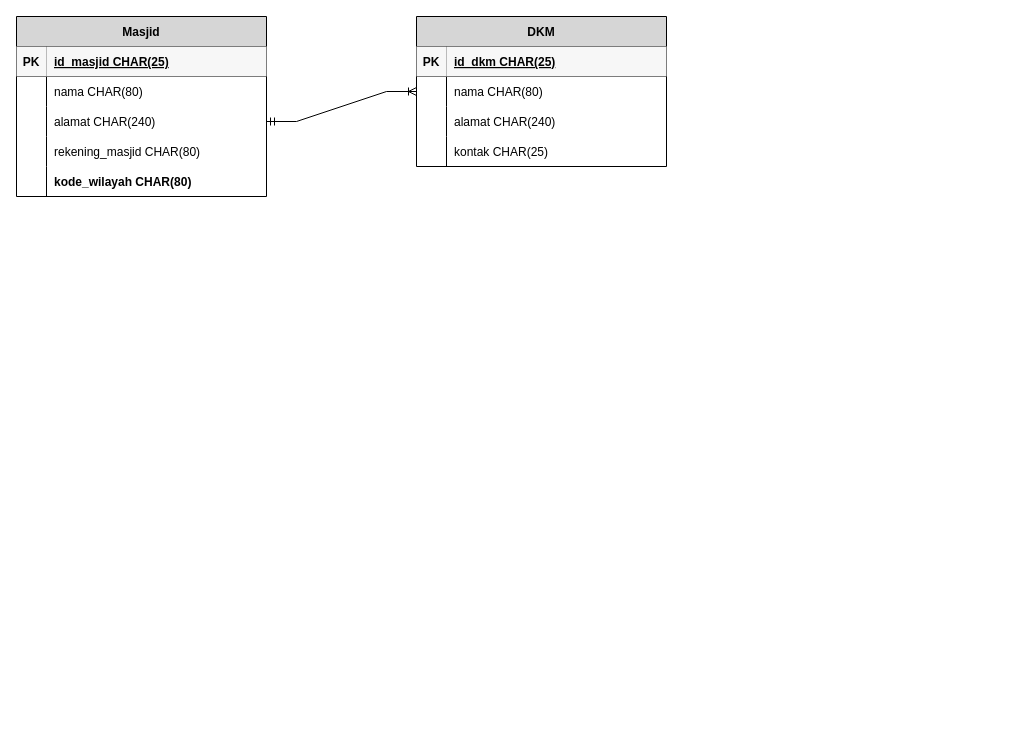
This is pertemuan3/ERD.drawio from rifkymaulana6/IF214002, a draw.io file, before an edit. Source tidied: cells renumbered, new cells numbered last; positions are measured from the earlier drawing's top-left corner, leaving out a move shared by most shapes. Both pictures are drawn from the tidied source at 100%, with x=0, y=0 at pixel (16, 16).
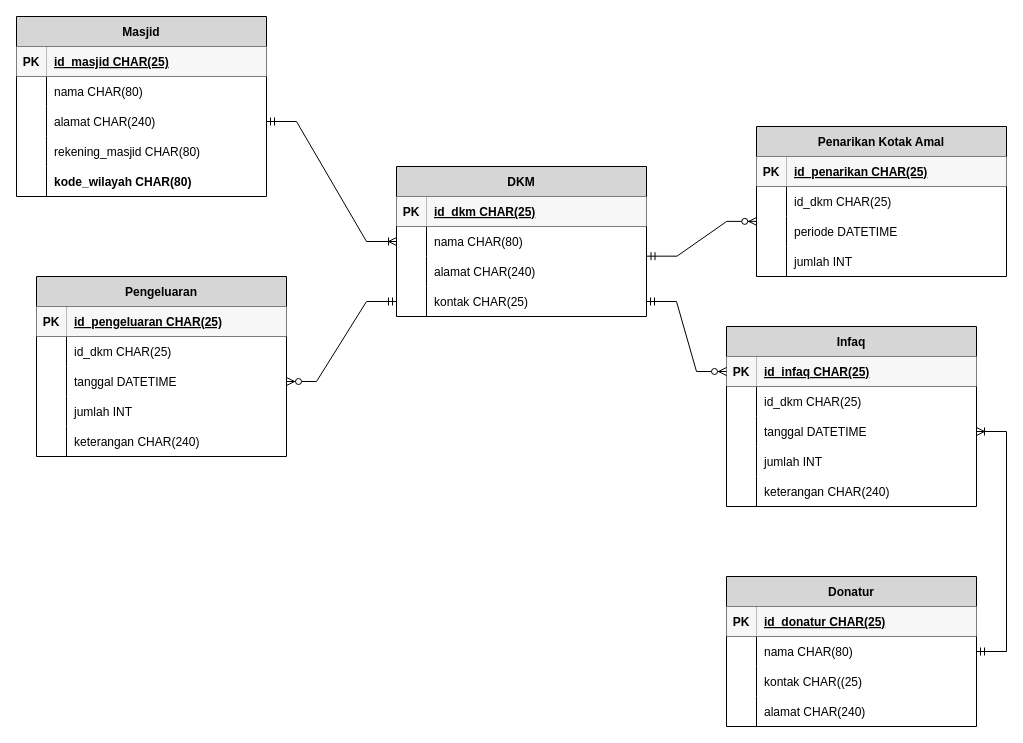
Above is the later version.

The change refers to these unchanged cells:
```xml
<mxCell id="25" style="shape=partialRectangle;fillColor=none;points=[[0,0.5],[1,0.5]];portConstraint=eastwest;top=0;left=0;right=0;bottom=0;" parent="18" vertex="1">
  <mxGeometry y="90" width="250" height="30" as="geometry" />
</mxCell>
<mxCell id="28" style="shape=partialRectangle;fillColor=none;points=[[0,0.5],[1,0.5]];portConstraint=eastwest;top=0;left=0;right=0;bottom=0;" parent="18" vertex="1">
  <mxGeometry y="120" width="250" height="30" as="geometry" />
</mxCell>
```

Change to the diagram source:
```diff
@@
     <mxCell id="18" value="DKM" style="shape=table;startSize=30;childLayout=tableLayout;rowLines=0;fontStyle=1;align=center;fillColor=#D6D6D6;" parent="1" vertex="1">
-      <mxGeometry x="400" width="250" height="150" as="geometry" />
+      <mxGeometry x="380" y="150" width="250" height="150" as="geometry" />
     </mxCell>
@@
+    <mxCell id="32" value="Penarikan Kotak Amal" style="shape=table;startSize=30;childLayout=tableLayout;rowLines=0;fontStyle=1;align=center;fillColor=#D6D6D6;" parent="1" vertex="1">
+      <mxGeometry x="740" y="110" width="250" height="150" as="geometry" />
+    </mxCell>
+    <mxCell id="33" style="shape=partialRectangle;fillColor=none;top=0;left=0;right=0;bottom=1;" parent="32" vertex="1">
+      <mxGeometry y="30" width="250" height="30" as="geometry" />
+    </mxCell>
+    <mxCell id="34" value="PK" style="shape=partialRectangle;overflow=hidden;fillColor=#F7F7F7;top=0;left=0;bottom=0;right=0;fontStyle=1;strokeColor=#EDEDED;" parent="33" vertex="1">
+      <mxGeometry width="30" height="30" as="geometry" />
+    </mxCell>
+    <mxCell id="35" value="id_penarikan CHAR(25)" style="shape=partialRectangle;overflow=hidden;fillColor=#F7F7F7;top=0;left=0;bottom=0;right=0;align=left;spacingLeft=6;fontStyle=5;strokeColor=#EDEDED;" parent="33" vertex="1">
+      <mxGeometry x="30" width="220" height="30" as="geometry" />
+    </mxCell>
+    <mxCell id="36" style="shape=partialRectangle;fillColor=none;points=[[0,0.5],[1,0.5]];portConstraint=eastwest;top=0;left=0;right=0;bottom=0;" parent="32" vertex="1">
+      <mxGeometry y="60" width="250" height="30" as="geometry" />
+    </mxCell>
+    <mxCell id="37" style="shape=partialRectangle;overflow=hidden;fillColor=none;top=0;left=0;bottom=0;right=0;" parent="36" vertex="1">
+      <mxGeometry width="30" height="30" as="geometry" />
+    </mxCell>
+    <mxCell id="38" value="id_dkm CHAR(25)" style="shape=partialRectangle;overflow=hidden;fillColor=none;top=0;left=0;bottom=0;right=0;align=left;spacingLeft=6;" parent="36" vertex="1">
+      <mxGeometry x="30" width="220" height="30" as="geometry" />
+    </mxCell>
+    <mxCell id="39" style="shape=partialRectangle;fillColor=none;top=0;left=0;right=0;bottom=0;" parent="32" vertex="1">
+      <mxGeometry y="90" width="250" height="30" as="geometry" />
+    </mxCell>
+    <mxCell id="40" style="shape=partialRectangle;overflow=hidden;fillColor=none;top=0;left=0;bottom=0;right=0;" parent="39" vertex="1">
+      <mxGeometry width="30" height="30" as="geometry" />
+    </mxCell>
+    <mxCell id="41" value="periode DATETIME" style="shape=partialRectangle;overflow=hidden;fillColor=none;top=0;left=0;bottom=0;right=0;align=left;spacingLeft=6;" parent="39" vertex="1">
+      <mxGeometry x="30" width="220" height="30" as="geometry" />
+    </mxCell>
+    <mxCell id="42" style="shape=partialRectangle;fillColor=none;top=0;left=0;right=0;bottom=0;" parent="32" vertex="1">
+      <mxGeometry y="120" width="250" height="30" as="geometry" />
+    </mxCell>
+    <mxCell id="43" style="shape=partialRectangle;overflow=hidden;fillColor=none;top=0;left=0;bottom=0;right=0;" parent="42" vertex="1">
+      <mxGeometry width="30" height="30" as="geometry" />
+    </mxCell>
+    <mxCell id="44" value="jumlah INT" style="shape=partialRectangle;overflow=hidden;fillColor=none;top=0;left=0;bottom=0;right=0;align=left;spacingLeft=6;fontStyle=0;" parent="42" vertex="1">
+      <mxGeometry x="30" width="220" height="30" as="geometry" />
+    </mxCell>
+    <mxCell id="45" style="edgeStyle=entityRelationEdgeStyle;fontSize=12;html=1;endArrow=ERzeroToMany;startArrow=ERmandOne;rounded=0;entryX=0.001;entryY=1.163;entryDx=0;entryDy=0;entryPerimeter=0;exitX=1.002;exitY=-0.011;exitDx=0;exitDy=0;exitPerimeter=0;" parent="1" edge="1" source="25" target="36">
+      <mxGeometry relative="1" as="geometry" />
+    </mxCell>
+    <mxCell id="46" value="Infaq" style="shape=table;startSize=30;childLayout=tableLayout;rowLines=0;fontStyle=1;align=center;fillColor=#D6D6D6;" parent="1" vertex="1">
+      <mxGeometry x="710" y="310" width="250" height="180" as="geometry" />
+    </mxCell>
+    <mxCell id="47" style="shape=partialRectangle;fillColor=none;points=[[0,0.5],[1,0.5]];portConstraint=eastwest;top=0;left=0;right=0;bottom=1;" parent="46" vertex="1">
+      <mxGeometry y="30" width="250" height="30" as="geometry" />
+    </mxCell>
+    <mxCell id="48" value="PK" style="shape=partialRectangle;overflow=hidden;fillColor=#F7F7F7;top=0;left=0;bottom=0;right=0;fontStyle=1;strokeColor=#EDEDED;" parent="47" vertex="1">
+      <mxGeometry width="30" height="30" as="geometry" />
+    </mxCell>
+    <mxCell id="49" value="id_infaq CHAR(25)" style="shape=partialRectangle;overflow=hidden;fillColor=#F7F7F7;top=0;left=0;bottom=0;right=0;align=left;spacingLeft=6;fontStyle=5;strokeColor=#EDEDED;" parent="47" vertex="1">
+      <mxGeometry x="30" width="220" height="30" as="geometry" />
+    </mxCell>
+    <mxCell id="50" style="shape=partialRectangle;fillColor=none;top=0;left=0;right=0;bottom=0;" parent="46" vertex="1">
+      <mxGeometry y="60" width="250" height="30" as="geometry" />
+    </mxCell>
+    <mxCell id="51" style="shape=partialRectangle;overflow=hidden;fillColor=none;top=0;left=0;bottom=0;right=0;" parent="50" vertex="1">
+      <mxGeometry width="30" height="30" as="geometry" />
+    </mxCell>
+    <mxCell id="52" value="id_dkm CHAR(25)" style="shape=partialRectangle;overflow=hidden;fillColor=none;top=0;left=0;bottom=0;right=0;align=left;spacingLeft=6;" parent="50" vertex="1">
+      <mxGeometry x="30" width="220" height="30" as="geometry" />
+    </mxCell>
+    <mxCell id="53" style="shape=partialRectangle;fillColor=none;points=[[0,0.5],[1,0.5]];portConstraint=eastwest;top=0;left=0;right=0;bottom=0;" parent="46" vertex="1">
+      <mxGeometry y="90" width="250" height="30" as="geometry" />
+    </mxCell>
+    <mxCell id="54" style="shape=partialRectangle;overflow=hidden;fillColor=none;top=0;left=0;bottom=0;right=0;" parent="53" vertex="1">
+      <mxGeometry width="30" height="30" as="geometry" />
+    </mxCell>
+    <mxCell id="55" value="tanggal DATETIME" style="shape=partialRectangle;overflow=hidden;fillColor=none;top=0;left=0;bottom=0;right=0;align=left;spacingLeft=6;" parent="53" vertex="1">
+      <mxGeometry x="30" width="220" height="30" as="geometry" />
+    </mxCell>
+    <mxCell id="56" style="shape=partialRectangle;fillColor=none;top=0;left=0;right=0;bottom=0;" parent="46" vertex="1">
+      <mxGeometry y="120" width="250" height="30" as="geometry" />
+    </mxCell>
+    <mxCell id="57" style="shape=partialRectangle;overflow=hidden;fillColor=none;top=0;left=0;bottom=0;right=0;" parent="56" vertex="1">
+      <mxGeometry width="30" height="30" as="geometry" />
+    </mxCell>
+    <mxCell id="58" value="jumlah INT" style="shape=partialRectangle;overflow=hidden;fillColor=none;top=0;left=0;bottom=0;right=0;align=left;spacingLeft=6;fontStyle=0;" parent="56" vertex="1">
+      <mxGeometry x="30" width="220" height="30" as="geometry" />
+    </mxCell>
+    <mxCell id="59" style="shape=partialRectangle;fillColor=none;top=0;left=0;right=0;bottom=0;" parent="46" vertex="1">
+      <mxGeometry y="150" width="250" height="30" as="geometry" />
+    </mxCell>
+    <mxCell id="60" style="shape=partialRectangle;overflow=hidden;fillColor=none;top=0;left=0;bottom=0;right=0;" parent="59" vertex="1">
+      <mxGeometry width="30" height="30" as="geometry" />
+    </mxCell>
+    <mxCell id="61" value="keterangan CHAR(240)" style="shape=partialRectangle;overflow=hidden;fillColor=none;top=0;left=0;bottom=0;right=0;align=left;spacingLeft=6;fontStyle=0;" parent="59" vertex="1">
+      <mxGeometry x="30" width="220" height="30" as="geometry" />
+    </mxCell>
+    <mxCell id="62" style="edgeStyle=entityRelationEdgeStyle;fontSize=12;html=1;endArrow=ERzeroToMany;startArrow=ERmandOne;rounded=0;entryX=0;entryY=0.5;entryDx=0;entryDy=0;exitX=1;exitY=0.5;exitDx=0;exitDy=0;" parent="1" edge="1" source="28" target="47">
+      <mxGeometry relative="1" as="geometry" />
+    </mxCell>
+    <mxCell id="63" value="Donatur" style="shape=table;startSize=30;childLayout=tableLayout;rowLines=0;fontStyle=1;align=center;fillColor=#D6D6D6;" parent="1" vertex="1">
+      <mxGeometry x="710" y="560" width="250" height="150" as="geometry" />
+    </mxCell>
+    <mxCell id="64" style="shape=partialRectangle;fillColor=none;top=0;left=0;right=0;bottom=1;" parent="63" vertex="1">
+      <mxGeometry y="30" width="250" height="30" as="geometry" />
+    </mxCell>
+    <mxCell id="65" value="PK" style="shape=partialRectangle;overflow=hidden;fillColor=#F7F7F7;top=0;left=0;bottom=0;right=0;fontStyle=1;strokeColor=#EDEDED;" parent="64" vertex="1">
+      <mxGeometry width="30" height="30" as="geometry" />
+    </mxCell>
+    <mxCell id="66" value="id_donatur CHAR(25)" style="shape=partialRectangle;overflow=hidden;fillColor=#F7F7F7;top=0;left=0;bottom=0;right=0;align=left;spacingLeft=6;fontStyle=5;strokeColor=#EDEDED;" parent="64" vertex="1">
+      <mxGeometry x="30" width="220" height="30" as="geometry" />
+    </mxCell>
+    <mxCell id="67" style="shape=partialRectangle;fillColor=none;top=0;left=0;right=0;bottom=0;" parent="63" vertex="1">
+      <mxGeometry y="60" width="250" height="30" as="geometry" />
+    </mxCell>
+    <mxCell id="68" style="shape=partialRectangle;overflow=hidden;fillColor=none;top=0;left=0;bottom=0;right=0;" parent="67" vertex="1">
+      <mxGeometry width="30" height="30" as="geometry" />
+    </mxCell>
+    <mxCell id="69" value="nama CHAR(80)" style="shape=partialRectangle;overflow=hidden;fillColor=none;top=0;left=0;bottom=0;right=0;align=left;spacingLeft=6;" parent="67" vertex="1">
+      <mxGeometry x="30" width="220" height="30" as="geometry" />
+    </mxCell>
+    <mxCell id="70" style="shape=partialRectangle;fillColor=none;top=0;left=0;right=0;bottom=0;" parent="63" vertex="1">
+      <mxGeometry y="90" width="250" height="30" as="geometry" />
+    </mxCell>
+    <mxCell id="71" style="shape=partialRectangle;overflow=hidden;fillColor=none;top=0;left=0;bottom=0;right=0;" parent="70" vertex="1">
+      <mxGeometry width="30" height="30" as="geometry" />
+    </mxCell>
+    <mxCell id="72" value="kontak CHAR((25)" style="shape=partialRectangle;overflow=hidden;fillColor=none;top=0;left=0;bottom=0;right=0;align=left;spacingLeft=6;" parent="70" vertex="1">
+      <mxGeometry x="30" width="220" height="30" as="geometry" />
+    </mxCell>
+    <mxCell id="73" style="shape=partialRectangle;fillColor=none;top=0;left=0;right=0;bottom=0;" parent="63" vertex="1">
+      <mxGeometry y="120" width="250" height="30" as="geometry" />
+    </mxCell>
+    <mxCell id="74" style="shape=partialRectangle;overflow=hidden;fillColor=none;top=0;left=0;bottom=0;right=0;" parent="73" vertex="1">
+      <mxGeometry width="30" height="30" as="geometry" />
+    </mxCell>
+    <mxCell id="75" value="alamat CHAR(240)" style="shape=partialRectangle;overflow=hidden;fillColor=none;top=0;left=0;bottom=0;right=0;align=left;spacingLeft=6;fontStyle=0;" parent="73" vertex="1">
+      <mxGeometry x="30" width="220" height="30" as="geometry" />
+    </mxCell>
+    <mxCell id="76" style="edgeStyle=entityRelationEdgeStyle;fontSize=12;html=1;endArrow=ERoneToMany;startArrow=ERmandOne;rounded=0;entryX=1;entryY=0.5;entryDx=0;entryDy=0;" parent="1" edge="1" source="63" target="53">
+      <mxGeometry relative="1" as="geometry" />
+    </mxCell>
+    <mxCell id="77" value="Pengeluaran" style="shape=table;startSize=30;childLayout=tableLayout;rowLines=0;fontStyle=1;align=center;fillColor=#D6D6D6;" parent="1" vertex="1">
+      <mxGeometry x="20" y="260" width="250" height="180" as="geometry" />
+    </mxCell>
+    <mxCell id="78" style="shape=partialRectangle;fillColor=none;top=0;left=0;right=0;bottom=1;" parent="77" vertex="1">
+      <mxGeometry y="30" width="250" height="30" as="geometry" />
+    </mxCell>
+    <mxCell id="79" value="PK" style="shape=partialRectangle;overflow=hidden;fillColor=#F7F7F7;top=0;left=0;bottom=0;right=0;fontStyle=1;strokeColor=#EDEDED;" parent="78" vertex="1">
+      <mxGeometry width="30" height="30" as="geometry" />
+    </mxCell>
+    <mxCell id="80" value="id_pengeluaran CHAR(25)" style="shape=partialRectangle;overflow=hidden;fillColor=#F7F7F7;top=0;left=0;bottom=0;right=0;align=left;spacingLeft=6;fontStyle=5;strokeColor=#EDEDED;" parent="78" vertex="1">
+      <mxGeometry x="30" width="220" height="30" as="geometry" />
+    </mxCell>
+    <mxCell id="81" style="shape=partialRectangle;fillColor=none;top=0;left=0;right=0;bottom=0;" parent="77" vertex="1">
+      <mxGeometry y="60" width="250" height="30" as="geometry" />
+    </mxCell>
+    <mxCell id="82" style="shape=partialRectangle;overflow=hidden;fillColor=none;top=0;left=0;bottom=0;right=0;" parent="81" vertex="1">
+      <mxGeometry width="30" height="30" as="geometry" />
+    </mxCell>
+    <mxCell id="83" value="id_dkm CHAR(25)" style="shape=partialRectangle;overflow=hidden;fillColor=none;top=0;left=0;bottom=0;right=0;align=left;spacingLeft=6;" parent="81" vertex="1">
+      <mxGeometry x="30" width="220" height="30" as="geometry" />
+    </mxCell>
+    <mxCell id="84" style="shape=partialRectangle;fillColor=none;points=[[0,0.5],[1,0.5]];portConstraint=eastwest;top=0;left=0;right=0;bottom=0;" parent="77" vertex="1">
+      <mxGeometry y="90" width="250" height="30" as="geometry" />
+    </mxCell>
+    <mxCell id="85" style="shape=partialRectangle;overflow=hidden;fillColor=none;top=0;left=0;bottom=0;right=0;" parent="84" vertex="1">
+      <mxGeometry width="30" height="30" as="geometry" />
+    </mxCell>
+    <mxCell id="86" value="tanggal DATETIME" style="shape=partialRectangle;overflow=hidden;fillColor=none;top=0;left=0;bottom=0;right=0;align=left;spacingLeft=6;" parent="84" vertex="1">
+      <mxGeometry x="30" width="220" height="30" as="geometry" />
+    </mxCell>
+    <mxCell id="87" style="shape=partialRectangle;fillColor=none;top=0;left=0;right=0;bottom=0;" parent="77" vertex="1">
+      <mxGeometry y="120" width="250" height="30" as="geometry" />
+    </mxCell>
+    <mxCell id="88" style="shape=partialRectangle;overflow=hidden;fillColor=none;top=0;left=0;bottom=0;right=0;" parent="87" vertex="1">
+      <mxGeometry width="30" height="30" as="geometry" />
+    </mxCell>
+    <mxCell id="89" value="jumlah INT" style="shape=partialRectangle;overflow=hidden;fillColor=none;top=0;left=0;bottom=0;right=0;align=left;spacingLeft=6;fontStyle=0;" parent="87" vertex="1">
+      <mxGeometry x="30" width="220" height="30" as="geometry" />
+    </mxCell>
+    <mxCell id="90" style="shape=partialRectangle;fillColor=none;top=0;left=0;right=0;bottom=0;" parent="77" vertex="1">
+      <mxGeometry y="150" width="250" height="30" as="geometry" />
+    </mxCell>
+    <mxCell id="91" style="shape=partialRectangle;overflow=hidden;fillColor=none;top=0;left=0;bottom=0;right=0;" parent="90" vertex="1">
+      <mxGeometry width="30" height="30" as="geometry" />
+    </mxCell>
+    <mxCell id="92" value="keterangan CHAR(240)" style="shape=partialRectangle;overflow=hidden;fillColor=none;top=0;left=0;bottom=0;right=0;align=left;spacingLeft=6;fontStyle=0;" parent="90" vertex="1">
+      <mxGeometry x="30" width="220" height="30" as="geometry" />
+    </mxCell>
+    <mxCell id="93" style="edgeStyle=entityRelationEdgeStyle;fontSize=12;html=1;endArrow=ERzeroToMany;startArrow=ERmandOne;rounded=0;entryX=1;entryY=0.5;entryDx=0;entryDy=0;exitX=0;exitY=0.5;exitDx=0;exitDy=0;" parent="1" edge="1" source="28" target="84">
+      <mxGeometry relative="1" as="geometry" />
+    </mxCell>
```
